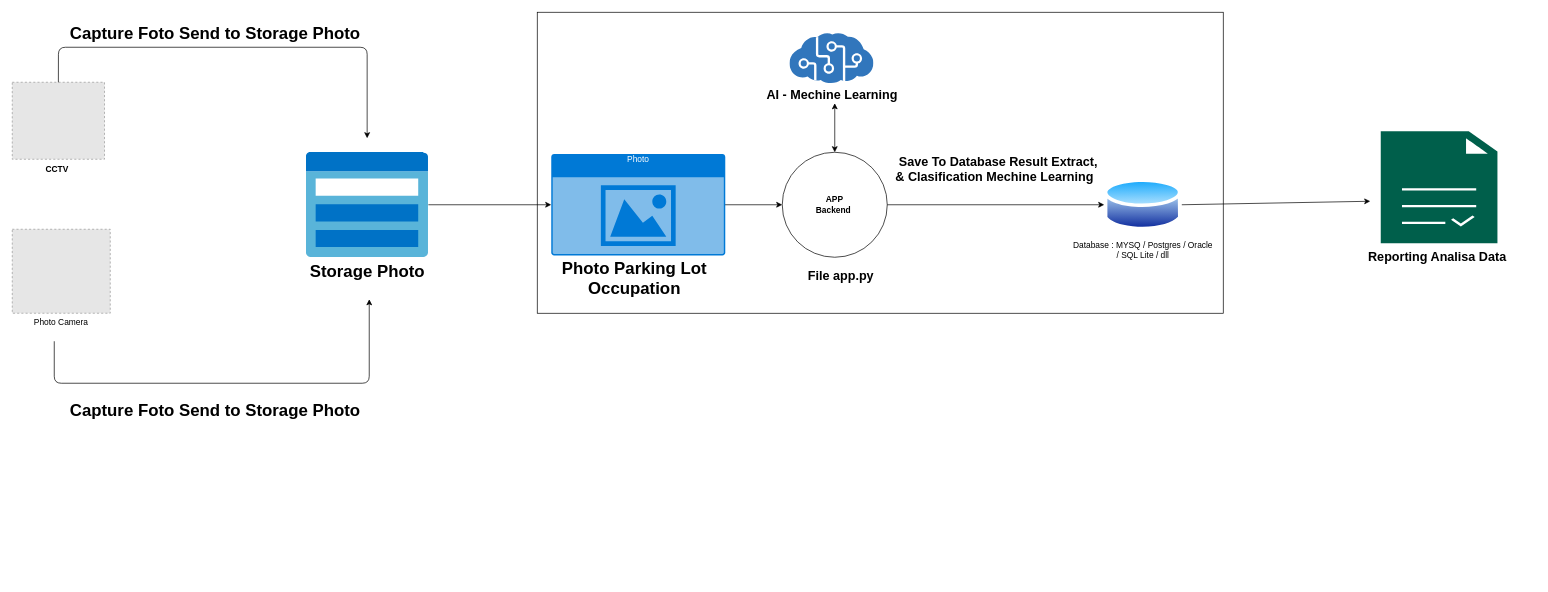
The draw.io diagram design/architecture.drawio in dendie-sanjaya/ai-vehicle-classification, before the edit. Source tidied: cells renumbered, new cells numbered last; positions are measured from the earlier drawing's top-left corner, leaving out a move shared by most shapes. Both pictures are drawn from the tidied source at 70%, with x=0, y=0 at pixel (12, 12). Pictures stored in the file or linked from it are replaced by grey dashed boxes.
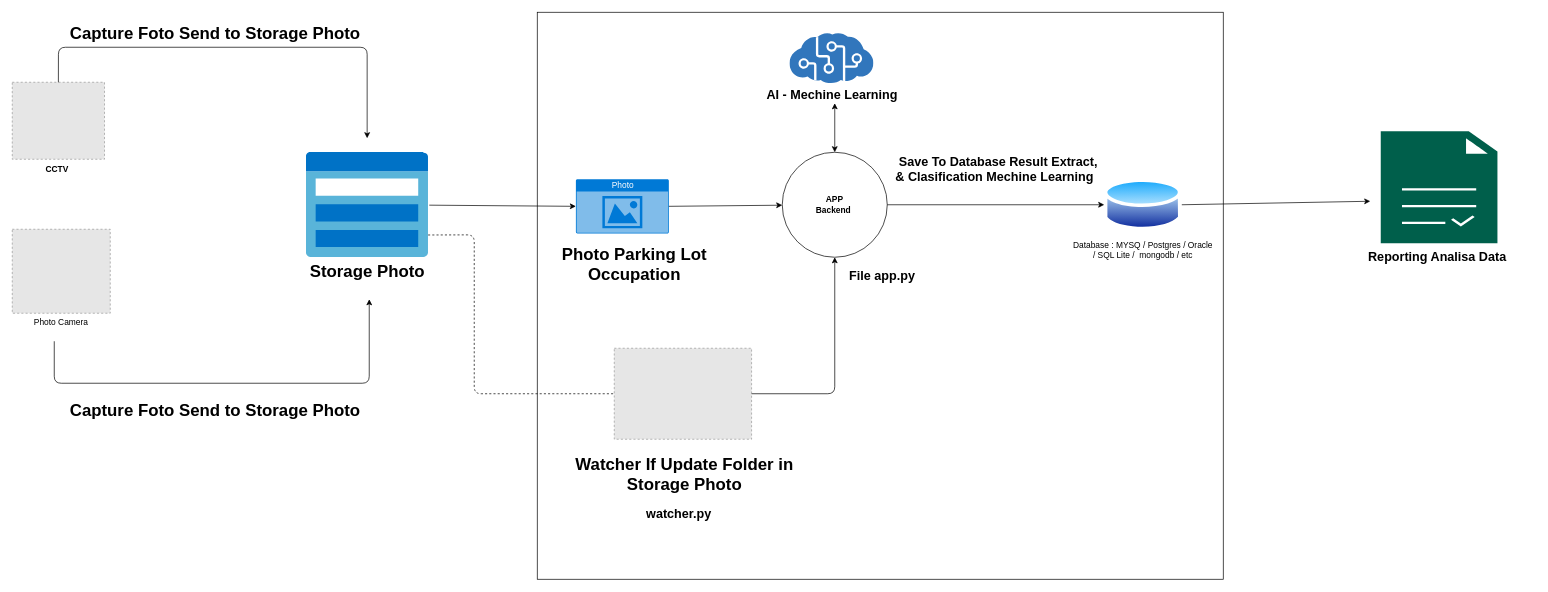
The same diagram, later.

The change refers to these unchanged cells:
```xml
<mxCell id="6" value="&lt;b&gt;APP &lt;br&gt;Backend&amp;nbsp;&lt;/b&gt;" style="ellipse;whiteSpace=wrap;html=1;" parent="3" vertex="1">
  <mxGeometry x="350" y="200" width="150" height="150" as="geometry" />
</mxCell>
<mxCell id="17" value="&lt;font style=&quot;font-size: 24px&quot;&gt;&lt;b&gt;Storage Photo&lt;/b&gt;&lt;/font&gt;" style="html=1;points=[];align=center;image;fontSize=12;image=img/lib/mscae/ClassicStorage.svg;" parent="2" vertex="1">
  <mxGeometry x="420" y="200" width="174.4" height="150" as="geometry" />
</mxCell>
```

The edit, as a diff of the source:
```diff
@@
     <mxCell id="2" style="group;" parent="1" vertex="1">
-      <mxGeometry width="2176.7" height="580" as="geometry" />
+      <mxGeometry width="2176.7" height="810" as="geometry" />
     </mxCell>
     <mxCell id="3" style="group;fontStyle=4;" parent="2" vertex="1">
-      <mxGeometry x="750" width="980" height="430" as="geometry" />
+      <mxGeometry x="750" width="980" height="810" as="geometry" />
     </mxCell>
     <mxCell id="4" style="rounded=0;whiteSpace=wrap;html=1;" parent="3" vertex="1">
-      <mxGeometry width="980" height="430" as="geometry" />
+      <mxGeometry width="980" height="810" as="geometry" />
     </mxCell>
@@
-    <mxCell id="7" style="endArrow=classic;startArrow=classic;html=1;entryX=0;entryY=0.5;entryDx=0;entryDy=0;exitX=1;exitY=0.5;exitDx=0;exitDy=0;" parent="3" edge="1" target="6">
-      <mxGeometry relative="1" as="geometry">
-        <mxPoint x="170" y="275" as="sourcePoint" />
-      </mxGeometry>
-    </mxCell>
-    <mxCell id="8" value="Database : MYSQ / Postgres / Oracle &lt;br&gt;/ SQL Lite / dll" style="perimeter=ellipsePerimeter;html=1;align=center;shadow=0;dashed=0;spacingTop=3;image;image=img/lib/active_directory/database.svg;" parent="3" vertex="1">
+    <mxCell id="8" value="Database : MYSQ / Postgres / Oracle &lt;br&gt;/ SQL Lite /&amp;nbsp; mongodb / etc" style="perimeter=ellipsePerimeter;html=1;align=center;shadow=0;dashed=0;spacingTop=3;image;image=img/lib/active_directory/database.svg;" parent="3" vertex="1">
       <mxGeometry x="810" y="234" width="110.8" height="82" as="geometry" />
     </mxCell>
     <mxCell id="9" value="Photo" style="html=1;strokeColor=none;fillColor=#0079D6;labelPosition=center;verticalLabelPosition=middle;verticalAlign=top;align=center;fontSize=12;outlineConnect=0;spacingTop=-6;fontColor=#FFFFFF;shape=mxgraph.sitemap.photo;" parent="3" vertex="1">
-      <mxGeometry x="20" y="202.5" width="248.6" height="145" as="geometry" />
+      <mxGeometry x="55.2" y="238.5" width="132.8" height="77.5" as="geometry" />
     </mxCell>
     <mxCell id="10" value="&lt;span style=&quot;font-size: 24px&quot;&gt;Photo Parking Lot Occupation&lt;/span&gt;" style="text;html=1;strokeColor=none;fillColor=none;align=center;verticalAlign=middle;whiteSpace=wrap;rounded=0;fontStyle=1;" parent="3" vertex="1">
-      <mxGeometry x="8.6" y="370" width="260" height="20" as="geometry" />
+      <mxGeometry x="8.6" y="350" width="260" height="20" as="geometry" />
     </mxCell>
     <mxCell id="11" value="&lt;div style=&quot;text-align: center&quot;&gt;&lt;font face=&quot;helvetica&quot;&gt;&lt;span style=&quot;font-size: 18px ; background-color: rgb(255 , 255 , 255)&quot;&gt;&lt;b&gt;File app.py&lt;/b&gt;&lt;/span&gt;&lt;/font&gt;&lt;/div&gt;" style="text;whiteSpace=wrap;html=1;" parent="3" vertex="1">
-      <mxGeometry x="385" y="360" width="115" height="30" as="geometry" />
+      <mxGeometry x="443.5" y="360" width="115" height="30" as="geometry" />
     </mxCell>
@@
+    <mxCell id="27" style="fillColor=#E6E6E6;strokeColor=#999999;dashed=1;" parent="3" vertex="1">
+      <mxGeometry x="110" y="480" width="196.2" height="130" as="geometry" />
+    </mxCell>
+    <mxCell id="28" style="endArrow=classic;html=1;entryX=0.5;entryY=1;entryDx=0;entryDy=0;exitX=1;exitY=0.5;exitDx=0;exitDy=0;" parent="3" edge="1" source="27" target="6">
+      <mxGeometry relative="1" as="geometry">
+        <Array as="points">
+          <mxPoint x="425" y="545" />
+        </Array>
+      </mxGeometry>
+    </mxCell>
+    <mxCell id="29" style="endArrow=classic;html=1;exitX=1;exitY=0.5;exitDx=0;exitDy=0;exitPerimeter=0;" parent="3" edge="1" source="9" target="6">
+      <mxGeometry relative="1" as="geometry" />
+    </mxCell>
+    <mxCell id="30" value="&lt;span style=&quot;font-size: 24px&quot;&gt;Watcher If Update Folder in Storage Photo&lt;/span&gt;" style="text;html=1;strokeColor=none;fillColor=none;align=center;verticalAlign=middle;whiteSpace=wrap;rounded=0;fontStyle=1;" parent="3" vertex="1">
+      <mxGeometry x="50" y="650" width="321.4" height="20" as="geometry" />
+    </mxCell>
+    <mxCell id="31" value="&lt;div style=&quot;text-align: center&quot;&gt;&lt;font face=&quot;helvetica&quot;&gt;&lt;span style=&quot;font-size: 18px&quot;&gt;&lt;b&gt;watcher.py&lt;/b&gt;&lt;/span&gt;&lt;/font&gt;&lt;br&gt;&lt;/div&gt;" style="text;whiteSpace=wrap;html=1;" parent="3" vertex="1">
+      <mxGeometry x="153.6" y="700" width="115" height="30" as="geometry" />
+    </mxCell>
@@
-    <mxCell id="20" style="endArrow=classic;html=1;entryX=0;entryY=0.5;entryDx=0;entryDy=0;entryPerimeter=0;" parent="2" edge="1" source="17" target="9">
-      <mxGeometry relative="1" as="geometry" />
-    </mxCell>
@@
+    <mxCell id="32" style="endArrow=none;dashed=1;html=1;exitX=0.998;exitY=0.788;exitDx=0;exitDy=0;exitPerimeter=0;" parent="2" edge="1" source="17" target="27">
+      <mxGeometry relative="1" as="geometry">
+        <Array as="points">
+          <mxPoint x="660" y="318" />
+          <mxPoint x="660" y="545" />
+        </Array>
+      </mxGeometry>
+    </mxCell>
+    <mxCell id="20" style="endArrow=classic;html=1;entryX=0;entryY=0.5;entryDx=0;entryDy=0;entryPerimeter=0;exitX=1.008;exitY=0.504;exitDx=0;exitDy=0;exitPerimeter=0;" parent="2" edge="1" source="17" target="9">
+      <mxGeometry relative="1" as="geometry" />
+    </mxCell>
```
